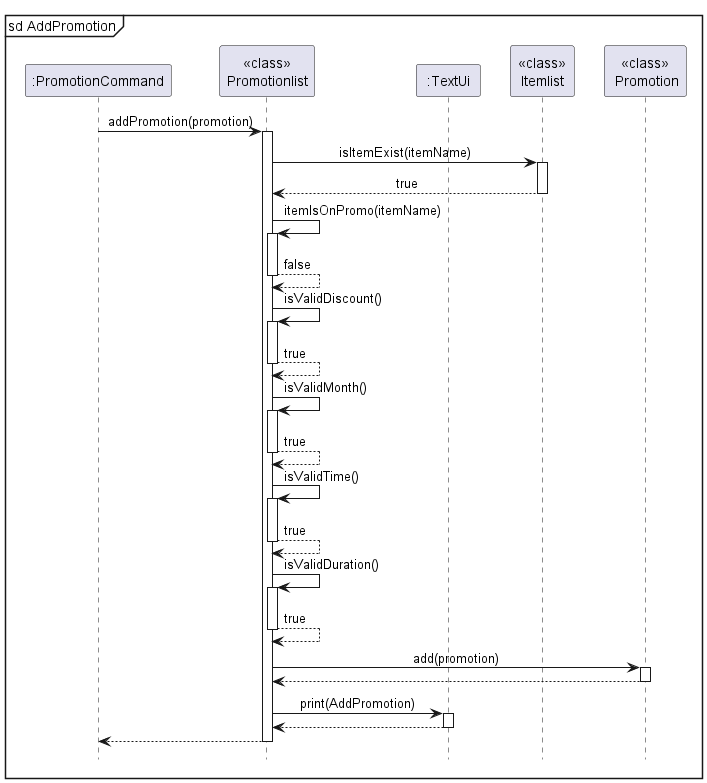
LowTL/tp keeps this PlantUML diagram as docs/Diagrams/Images/Promotion/AddPromotion.png. Above is the earlier version.
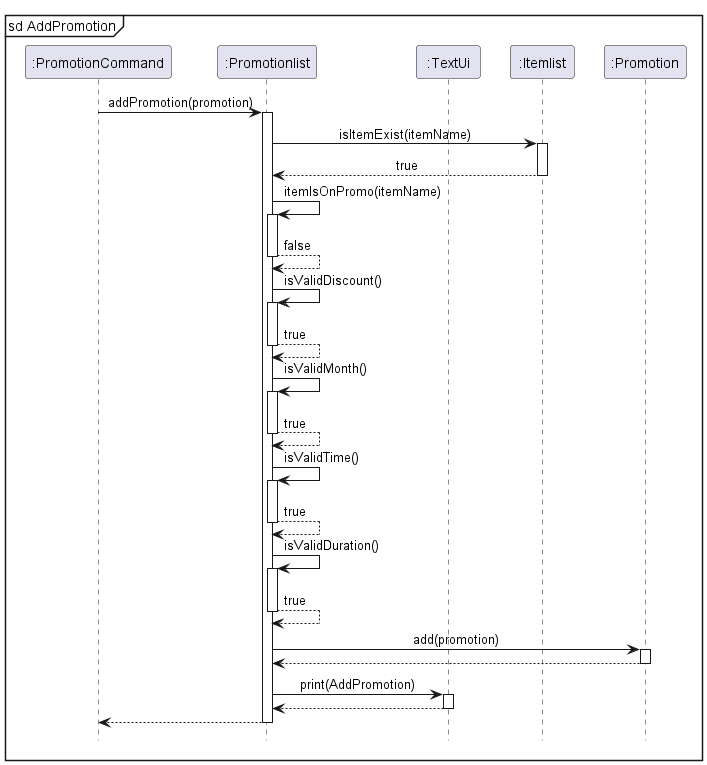
After the change.

Diff of the diagram source:
```diff
@@ -5,10 +5,10 @@
 autoactivate on
 
 participant ":PromotionCommand" as PromotionCommand
-participant "<<class>>\nPromotionlist" as Promotionlist
+participant ":Promotionlist" as Promotionlist
 participant ":TextUi" as TextUi
-participant "<<class>>\nItemlist" as Itemlist
-participant "<<class>>\n Promotion" as Promotion
+participant ":Itemlist" as Itemlist
+participant ":Promotion" as Promotion
 
 PromotionCommand -> Promotionlist : addPromotion(promotion)
 Promotionlist -> Itemlist : isItemExist(itemName)
```
